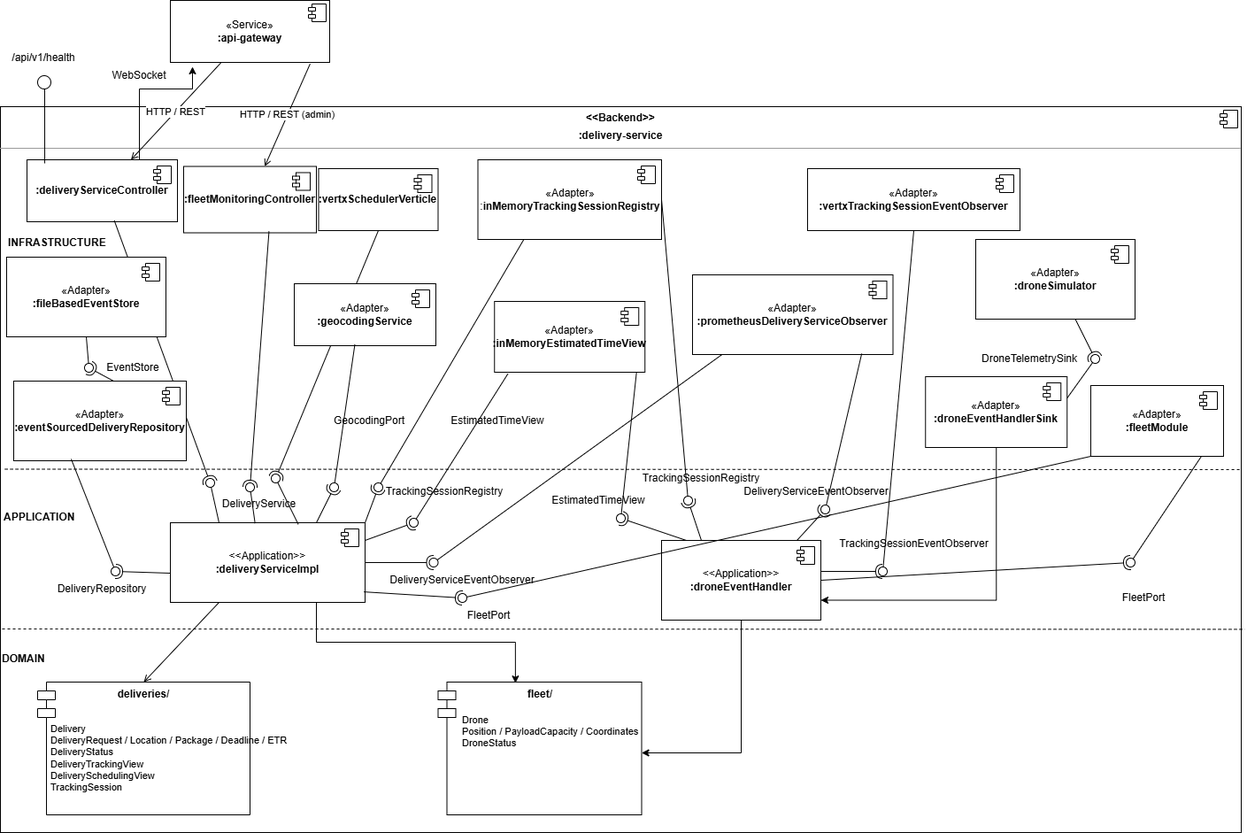
The draw.io diagram doc/delivery_service_v2.drawio.png in MarcoMoro10/SAP-Assignment2, before a commit. Source tidied: cells renumbered, new cells last; positions are measured from the earlier drawing's top-left corner, leaving out a move shared by most shapes.
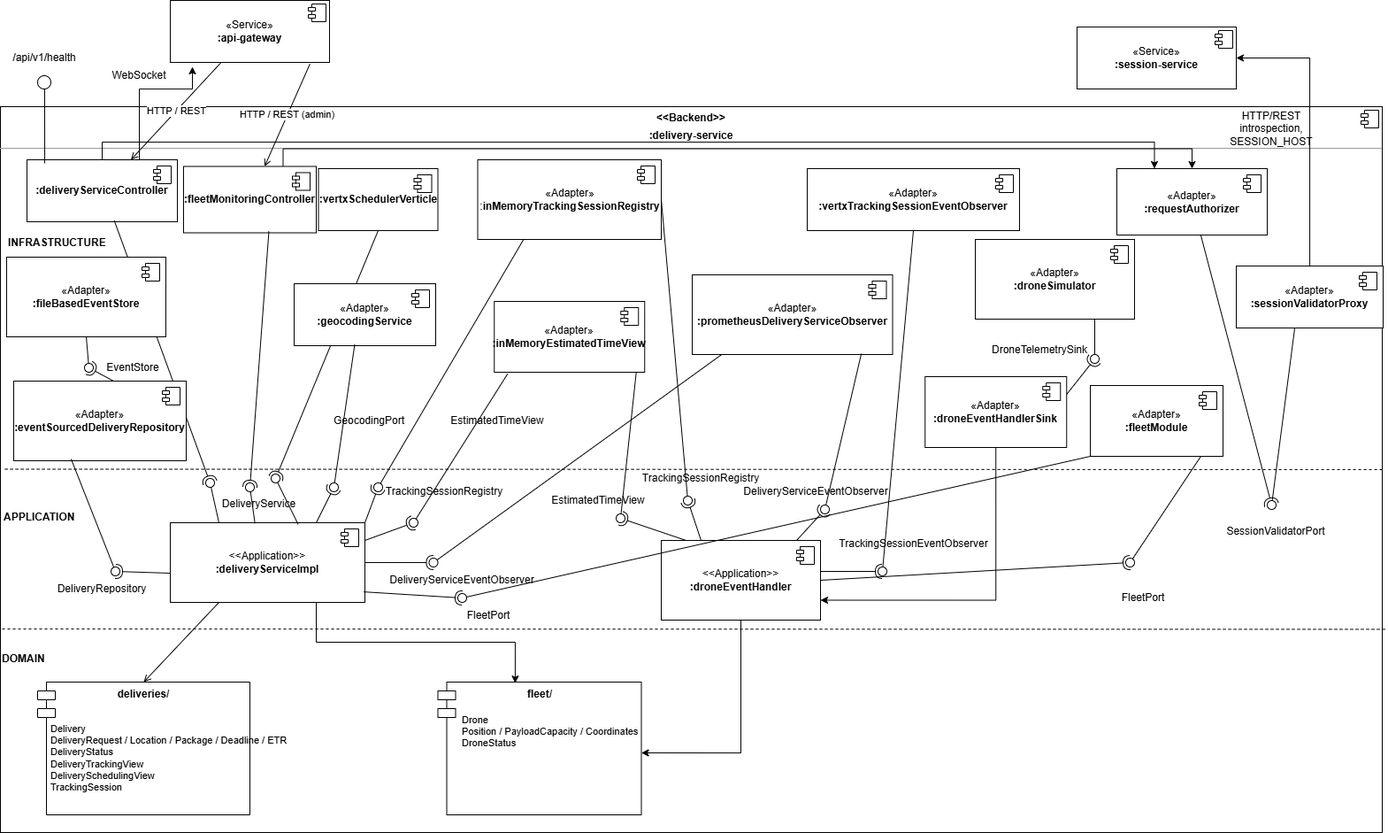
Later version of the same file.

The edit, as a diff of the source:
```diff
@@ -11,7 +11,7 @@
       </mxGeometry>
     </mxCell>
     <mxCell id="4" value="&lt;p style=&quot;margin:0px;margin-top:6px;text-align:center;&quot;&gt;&lt;b&gt;&amp;lt;&amp;lt;Backend&amp;gt;&amp;gt;&lt;/b&gt;&lt;/p&gt;&lt;p style=&quot;margin:0px;margin-top:6px;text-align:center;&quot;&gt;&lt;b&gt;:delivery-service&lt;/b&gt;&lt;/p&gt;&lt;hr size=&quot;1&quot;&gt;" style="align=left;overflow=fill;html=1;whiteSpace=wrap;verticalAlign=top;" parent="1" vertex="1">
-      <mxGeometry y="120" width="1402" height="820" as="geometry" />
+      <mxGeometry y="120" width="1562" height="820" as="geometry" />
     </mxCell>
     <mxCell id="5" style="shape=component;jettyWidth=8;jettyHeight=4;" parent="4" vertex="1">
       <mxGeometry x="1" width="20" height="20" relative="1" as="geometry">
@@ -37,6 +37,9 @@
     <mxCell id="10" value="DOMAIN" style="text;html=1;align=left;fontStyle=1;" parent="1" vertex="1">
       <mxGeometry y="730" width="120" height="20" as="geometry" />
     </mxCell>
+    <mxCell id="124" style="edgeStyle=orthogonalEdgeStyle;rounded=0;jettySize=auto;html=1;exitX=0.5;exitY=0;exitDx=0;exitDy=0;entryX=0.25;entryY=0;entryDx=0;entryDy=0;" parent="1" edge="1" source="11" target="129">
+      <mxGeometry relative="1" as="geometry" />
+    </mxCell>
     <mxCell id="11" value="&lt;b&gt;:deliveryServiceController&lt;/b&gt;" style="html=1;whiteSpace=wrap;fontColor=#000000;" parent="1" vertex="1">
       <mxGeometry x="30" y="180" width="170" height="70" as="geometry" />
     </mxCell>
@@ -45,6 +48,9 @@
         <mxPoint x="-27" y="7" as="offset" />
       </mxGeometry>
     </mxCell>
+    <mxCell id="125" style="edgeStyle=orthogonalEdgeStyle;rounded=0;jettySize=auto;html=1;exitX=0.75;exitY=0;exitDx=0;exitDy=0;entryX=0.5;entryY=0;entryDx=0;entryDy=0;" parent="1" edge="1" source="13" target="129">
+      <mxGeometry relative="1" as="geometry" />
+    </mxCell>
     <mxCell id="13" value="&lt;b&gt;:fleetMonitoringController&lt;/b&gt;" style="html=1;whiteSpace=wrap;fontColor=#000000;" parent="1" vertex="1">
       <mxGeometry x="207" y="187.5" width="150" height="75" as="geometry" />
     </mxCell>
@@ -233,17 +239,17 @@
     <mxCell id="70" value="FleetPort" style="text;html=1;whiteSpace=wrap;strokeColor=none;fillColor=none;align=center;verticalAlign=middle;rounded=0;" parent="1" vertex="1">
       <mxGeometry x="1262" y="660" width="60" height="30" as="geometry" />
     </mxCell>
-    <mxCell id="71" style="rounded=0;jettySize=auto;html=1;endArrow=halfCircle;endFill=0;endSize=6;strokeWidth=1;sketch=0;" parent="1" edge="1" source="119" target="73">
+    <mxCell id="71" style="rounded=0;jettySize=auto;html=1;endArrow=halfCircle;endFill=0;endSize=6;strokeWidth=1;sketch=0;exitX=1;exitY=0.25;exitDx=0;exitDy=0;" parent="1" edge="1" source="117" target="73">
       <mxGeometry relative="1" as="geometry" />
     </mxCell>
-    <mxCell id="72" style="rounded=0;jettySize=auto;html=1;endArrow=oval;endFill=0;sketch=0;sourcePerimeterSpacing=0;targetPerimeterSpacing=0;endSize=10;exitX=0.75;exitY=1;exitDx=0;exitDy=0;" parent="1" edge="1" source="117" target="73">
+    <mxCell id="72" style="rounded=0;jettySize=auto;html=1;endArrow=oval;endFill=0;sketch=0;sourcePerimeterSpacing=0;targetPerimeterSpacing=0;endSize=10;exitX=0.75;exitY=1;exitDx=0;exitDy=0;" parent="1" edge="1" source="119" target="73">
       <mxGeometry relative="1" as="geometry" />
     </mxCell>
     <mxCell id="73" style="ellipse;whiteSpace=wrap;html=1;align=center;fillColor=none;strokeColor=none;perimeter=centerPerimeter;points=[];outlineConnect=1;" parent="1" vertex="1">
       <mxGeometry x="1232" y="400" width="10" height="10" as="geometry" />
     </mxCell>
     <mxCell id="74" value="DroneTelemetrySink" style="text;html=1;whiteSpace=wrap;strokeColor=none;fillColor=none;align=center;verticalAlign=middle;rounded=0;" parent="1" vertex="1">
-      <mxGeometry x="1133" y="390" width="60" height="30" as="geometry" />
+      <mxGeometry x="1145.2" y="380" width="60" height="30" as="geometry" />
     </mxCell>
     <mxCell id="75" style="edgeStyle=orthogonalEdgeStyle;rounded=0;jettySize=auto;html=1;exitX=0.5;exitY=0;exitDx=0;exitDy=0;entryX=0.139;entryY=1.071;entryDx=0;entryDy=0;entryPerimeter=0;" parent="1" edge="1" source="11" target="2">
       <mxGeometry relative="1" as="geometry">
@@ -419,5 +425,47 @@
     <mxCell id="123" style="edgeStyle=orthogonalEdgeStyle;rounded=0;jettySize=auto;html=1;exitX=0.75;exitY=1;exitDx=0;exitDy=0;entryX=0.38;entryY=0.008;entryDx=0;entryDy=0;entryPerimeter=0;" parent="1" edge="1" source="19" target="28">
       <mxGeometry relative="1" as="geometry" />
     </mxCell>
+    <mxCell id="126" style="edgeStyle=orthogonalEdgeStyle;rounded=0;jettySize=auto;html=1;entryX=1;entryY=0.5;entryDx=0;entryDy=0;" parent="1" edge="1" source="127" target="131">
+      <mxGeometry relative="1" as="geometry" />
+    </mxCell>
+    <mxCell id="127" value="«Adapter»&lt;br&gt;&lt;b&gt;:sessionValidatorProxy&lt;/b&gt;" style="html=1;whiteSpace=wrap;" parent="1" vertex="1">
+      <mxGeometry x="1397" y="300" width="166" height="70" as="geometry" />
+    </mxCell>
+    <mxCell id="128" style="shape=module;jettyWidth=8;jettyHeight=4;" parent="127" vertex="1">
+      <mxGeometry x="1" width="20" height="20" relative="1" as="geometry">
+        <mxPoint x="-27" y="7" as="offset" />
+      </mxGeometry>
+    </mxCell>
+    <mxCell id="129" value="«Adapter»&lt;br&gt;&lt;b&gt;:requestAuthorizer&lt;/b&gt;" style="html=1;whiteSpace=wrap;" parent="1" vertex="1">
+      <mxGeometry x="1262" y="190" width="170" height="75" as="geometry" />
+    </mxCell>
+    <mxCell id="130" style="shape=module;jettyWidth=8;jettyHeight=4;" parent="129" vertex="1">
+      <mxGeometry x="1" width="20" height="20" relative="1" as="geometry">
+        <mxPoint x="-27" y="7" as="offset" />
+      </mxGeometry>
+    </mxCell>
+    <mxCell id="131" value="«Service»&lt;br&gt;&lt;b&gt;:session-service&lt;/b&gt;" style="html=1;whiteSpace=wrap;fontColor=#000000;" parent="1" vertex="1">
+      <mxGeometry x="1217" y="30" width="180" height="70" as="geometry" />
+    </mxCell>
+    <mxCell id="132" style="shape=component;jettyWidth=8;jettyHeight=4;" parent="131" vertex="1">
+      <mxGeometry x="1" width="20" height="20" relative="1" as="geometry">
+        <mxPoint x="-24" y="4" as="offset" />
+      </mxGeometry>
+    </mxCell>
+    <mxCell id="133" style="rounded=0;jettySize=auto;html=1;endArrow=halfCircle;endFill=0;endSize=6;strokeWidth=1;sketch=0;" parent="1" edge="1" source="129" target="135">
+      <mxGeometry relative="1" as="geometry" />
+    </mxCell>
+    <mxCell id="134" style="rounded=0;jettySize=auto;html=1;endArrow=oval;endFill=0;sketch=0;sourcePerimeterSpacing=0;targetPerimeterSpacing=0;endSize=10;exitX=0.398;exitY=1.004;exitDx=0;exitDy=0;exitPerimeter=0;" parent="1" edge="1" source="127" target="135">
+      <mxGeometry relative="1" as="geometry" />
+    </mxCell>
+    <mxCell id="135" style="ellipse;whiteSpace=wrap;html=1;align=center;fillColor=none;strokeColor=none;perimeter=centerPerimeter;points=[];outlineConnect=1;" parent="1" vertex="1">
+      <mxGeometry x="1432" y="565" width="10" height="10" as="geometry" />
+    </mxCell>
+    <mxCell id="136" value="SessionValidatorPort" style="text;html=1;whiteSpace=wrap;strokeColor=none;fillColor=none;align=center;verticalAlign=middle;rounded=0;" parent="1" vertex="1">
+      <mxGeometry x="1412" y="585" width="60" height="30" as="geometry" />
+    </mxCell>
+    <mxCell id="137" value="HTTP/REST introspection, SESSION_HOST" style="text;html=1;whiteSpace=wrap;strokeColor=none;fillColor=none;align=center;verticalAlign=middle;rounded=0;" parent="1" vertex="1">
+      <mxGeometry x="1407" y="130" width="60" height="30" as="geometry" />
+    </mxCell>
   </root>
 </mxGraphModel>
```
